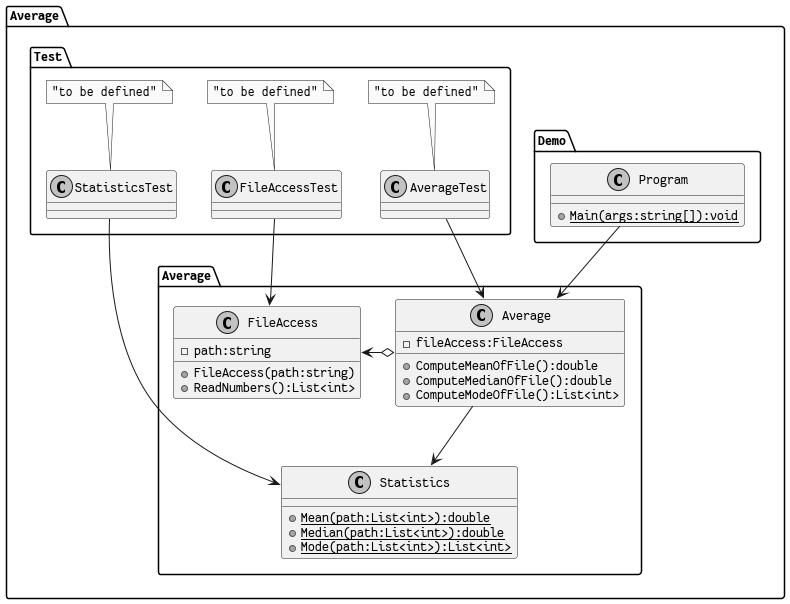
Above: pics/average.png in jzelAdmin2006/M450-averageTestDoubles (PlantUML), before the change.
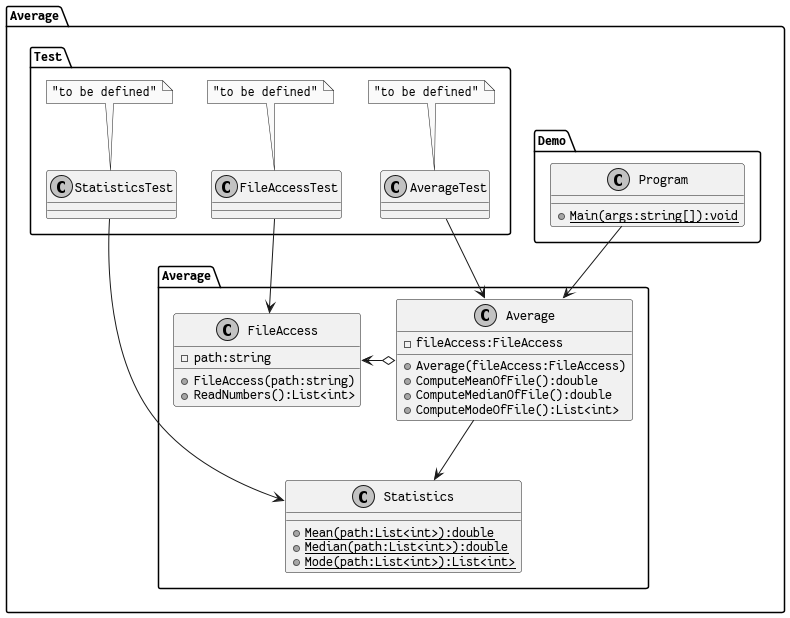
The same file after the commit.

Commit message:
UML: added missing constructor to Average

What changed in the source:
```diff
@@ -13,6 +13,7 @@
 
     class Average {
         {field} -fileAccess:FileAccess
+        {method} +Average(fileAccess:FileAccess)
         {method} +ComputeMeanOfFile():double
         {method} +ComputeMedianOfFile():double
         {method} +ComputeModeOfFile():List<int>
```
